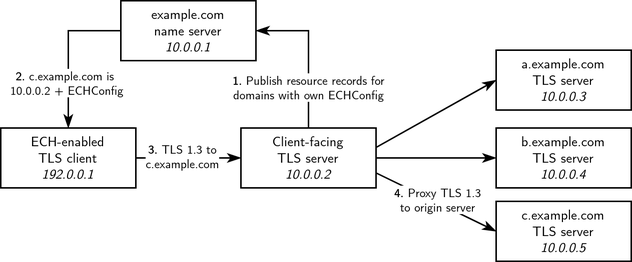
Before: report/images/ech-split-mode.png, a diagram exported from draw.io (tedski999/dissertation). Source tidied: cells renumbered, new cells last; positions are measured from the earlier drawing's top-left corner, leaving out a move shared by most shapes.
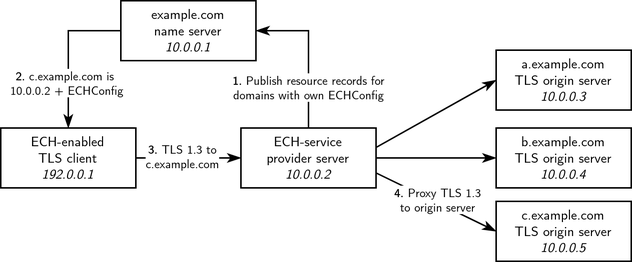
The same file after the commit.

The edit, as a diff of the source:
```diff
@@ -19,16 +19,16 @@
     <mxCell id="6" style="edgeStyle=orthogonalEdgeStyle;rounded=0;jettySize=auto;html=1;exitX=0.5;exitY=0;exitDx=0;exitDy=0;entryX=1;entryY=0.5;entryDx=0;entryDy=0;endArrow=classicThin;endFill=1;" parent="1" edge="1" source="7" target="15">
       <mxGeometry relative="1" as="geometry" />
     </mxCell>
-    <mxCell id="7" value="&lt;div&gt;Client-facing&lt;/div&gt;&lt;div&gt;TLS server&lt;/div&gt;&lt;div&gt;&lt;i&gt;10.0.0.2&lt;/i&gt;&lt;br&gt;&lt;/div&gt;" style="rounded=0;whiteSpace=wrap;html=1;fontSize=9;fontFamily=Computer Modern;fontSource=http%3A%2F%2Fmirrors.ctan.org%2Ffonts%2Fcm-unicode%2Ffonts%2Fotf%2Fcmunss.otf;" parent="1" vertex="1">
+    <mxCell id="7" value="&lt;div&gt;ECH-service&lt;/div&gt;&lt;div&gt;provider server&lt;br&gt;&lt;/div&gt;&lt;div&gt;&lt;i&gt;10.0.0.2&lt;/i&gt;&lt;br&gt;&lt;/div&gt;" style="rounded=0;whiteSpace=wrap;html=1;fontSize=9;fontFamily=Computer Modern;fontSource=http%3A%2F%2Fmirrors.ctan.org%2Ffonts%2Fcm-unicode%2Ffonts%2Fotf%2Fcmunss.otf;" parent="1" vertex="1">
       <mxGeometry x="160" y="85" width="90" height="40" as="geometry" />
     </mxCell>
-    <mxCell id="8" value="&lt;div&gt;a.example.com&lt;br&gt;&lt;/div&gt;&lt;div&gt;TLS server&lt;br&gt;&lt;/div&gt;&lt;div&gt;&lt;i&gt;10.0.0.3&lt;/i&gt;&lt;br&gt;&lt;/div&gt;" style="rounded=0;whiteSpace=wrap;html=1;fontSize=9;fontFamily=Computer Modern;fontSource=http%3A%2F%2Fmirrors.ctan.org%2Ffonts%2Fcm-unicode%2Ffonts%2Fotf%2Fcmunss.otf;" parent="1" vertex="1">
+    <mxCell id="8" value="&lt;div&gt;a.example.com&lt;br&gt;&lt;/div&gt;&lt;div&gt;TLS origin server&lt;br&gt;&lt;/div&gt;&lt;div&gt;&lt;i&gt;10.0.0.3&lt;/i&gt;&lt;br&gt;&lt;/div&gt;" style="rounded=0;whiteSpace=wrap;html=1;fontSize=9;fontFamily=Computer Modern;fontSource=http%3A%2F%2Fmirrors.ctan.org%2Ffonts%2Fcm-unicode%2Ffonts%2Fotf%2Fcmunss.otf;" parent="1" vertex="1">
       <mxGeometry x="330" y="33" width="90" height="40" as="geometry" />
     </mxCell>
-    <mxCell id="9" value="&lt;div&gt;b.example.com&lt;br&gt;&lt;/div&gt;&lt;div&gt;TLS server&lt;br&gt;&lt;/div&gt;&lt;div&gt;&lt;i&gt;10.0.0.4&lt;/i&gt;&lt;/div&gt;" style="rounded=0;whiteSpace=wrap;html=1;fontSize=9;fontFamily=Computer Modern;fontSource=http%3A%2F%2Fmirrors.ctan.org%2Ffonts%2Fcm-unicode%2Ffonts%2Fotf%2Fcmunss.otf;" parent="1" vertex="1">
+    <mxCell id="9" value="&lt;div&gt;b.example.com&lt;br&gt;&lt;/div&gt;&lt;div&gt;TLS  origin server&lt;br&gt;&lt;/div&gt;&lt;div&gt;&lt;i&gt;10.0.0.4&lt;/i&gt;&lt;/div&gt;" style="rounded=0;whiteSpace=wrap;html=1;fontSize=9;fontFamily=Computer Modern;fontSource=http%3A%2F%2Fmirrors.ctan.org%2Ffonts%2Fcm-unicode%2Ffonts%2Fotf%2Fcmunss.otf;" parent="1" vertex="1">
       <mxGeometry x="330" y="85" width="90" height="40" as="geometry" />
     </mxCell>
-    <mxCell id="10" value="&lt;div&gt;c.example.com&lt;br&gt;&lt;/div&gt;&lt;div&gt;TLS server&lt;br&gt;&lt;/div&gt;&lt;div&gt;&lt;i&gt;10.0.0.5&lt;/i&gt;&lt;/div&gt;" style="rounded=0;whiteSpace=wrap;html=1;fontSize=9;fontFamily=Computer Modern;fontSource=http%3A%2F%2Fmirrors.ctan.org%2Ffonts%2Fcm-unicode%2Ffonts%2Fotf%2Fcmunss.otf;" parent="1" vertex="1">
+    <mxCell id="10" value="&lt;div&gt;c.example.com&lt;br&gt;&lt;/div&gt;&lt;div&gt;TLS  origin server&lt;br&gt;&lt;/div&gt;&lt;div&gt;&lt;i&gt;10.0.0.5&lt;/i&gt;&lt;/div&gt;" style="rounded=0;whiteSpace=wrap;html=1;fontSize=9;fontFamily=Computer Modern;fontSource=http%3A%2F%2Fmirrors.ctan.org%2Ffonts%2Fcm-unicode%2Ffonts%2Fotf%2Fcmunss.otf;" parent="1" vertex="1">
       <mxGeometry x="330" y="134" width="90" height="40" as="geometry" />
     </mxCell>
     <mxCell id="11" style="endArrow=classicThin;startArrow=none;html=1;rounded=0;exitX=1;exitY=0.25;exitDx=0;exitDy=0;entryX=0;entryY=0.5;entryDx=0;entryDy=0;endFill=1;startFill=0;fontFamily=Computer Modern;fontSource=http%3A%2F%2Fmirrors.ctan.org%2Ffonts%2Fcm-unicode%2Ffonts%2Fotf%2Fcmunss.otf;" parent="1" edge="1" target="8">
```
